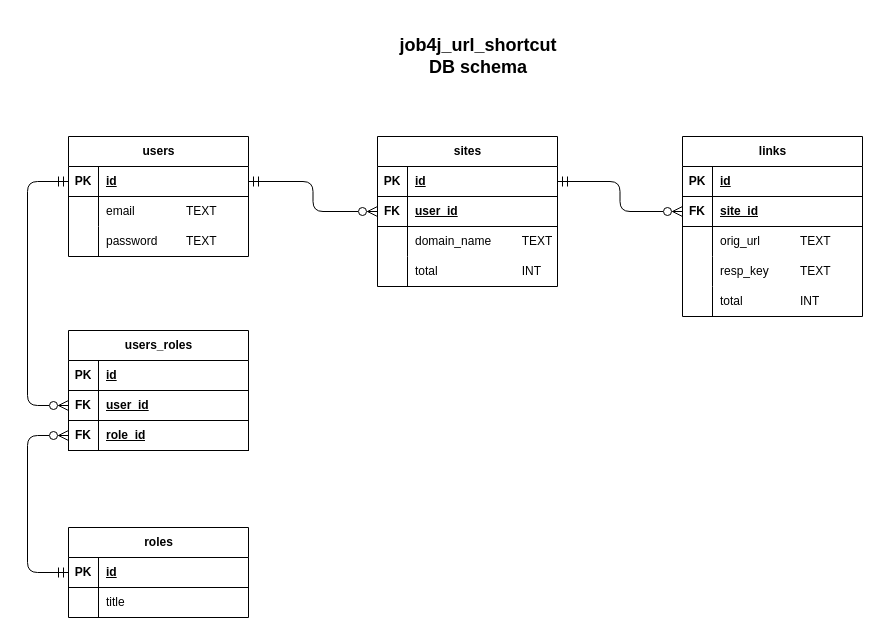
This is src/main/resources/database/url_shortcut_diagram.drawio from MikhailChrn/job4j_url_shortcut, a draw.io file, before an edit. Source tidied: cells renumbered, new cells numbered last; positions are measured from the earlier drawing's top-left corner, leaving out a move shared by most shapes. Both pictures are drawn from the tidied source at 100%, with x=0, y=0 at pixel (27, 17).
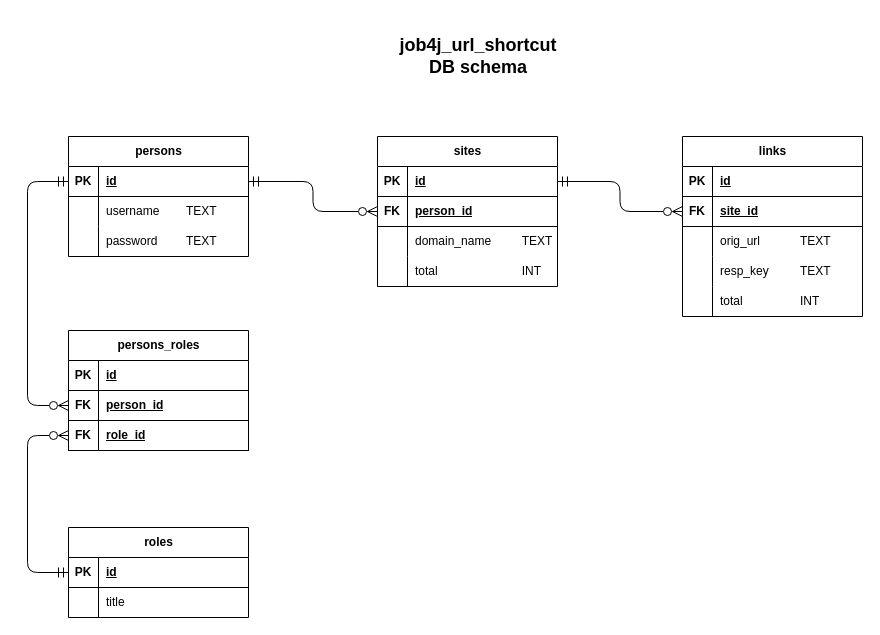
After the change.

The change refers to these unchanged cells:
```xml
<mxCell id="23" style="shape=tableRow;horizontal=0;startSize=0;swimlaneHead=0;swimlaneBody=0;fillColor=none;top=0;left=0;right=0;bottom=0;" parent="19" vertex="1">
  <mxGeometry y="60" width="180" height="30" as="geometry" />
</mxCell>
<mxCell id="33" style="shape=tableRow;horizontal=0;startSize=0;swimlaneHead=0;swimlaneBody=0;fillColor=none;points=[[0,0.5],[1,0.5]];portConstraint=eastwest;top=0;left=0;right=0;bottom=1;" parent="29" vertex="1">
  <mxGeometry y="60" width="180" height="30" as="geometry" />
</mxCell>
<mxCell id="46" style="shape=tableRow;horizontal=0;startSize=0;swimlaneHead=0;swimlaneBody=0;fillColor=none;points=[[0,0.5],[1,0.5]];portConstraint=eastwest;top=0;left=0;right=0;bottom=1;" parent="42" vertex="1">
  <mxGeometry y="60" width="180" height="30" as="geometry" />
</mxCell>
```

The edit, as a diff of the source:
```diff
@@
-    <mxCell id="19" value="users" style="shape=table;startSize=30;childLayout=tableLayout;rowLines=0;fontStyle=1;align=center;html=1;" parent="1" vertex="1">
+    <mxCell id="19" value="persons" style="shape=table;startSize=30;childLayout=tableLayout;rowLines=0;fontStyle=1;align=center;html=1;" parent="1" vertex="1">
       <mxGeometry x="41" y="119" width="180" height="120" as="geometry" />
     </mxCell>
@@
-    <mxCell id="25" value="email&lt;span style=&quot;white-space: pre;&quot;&gt;&#9;&lt;/span&gt;&lt;span style=&quot;white-space: pre;&quot;&gt;&#9;&lt;/span&gt;TEXT" style="shape=partialRectangle;fillColor=none;top=0;left=0;bottom=0;right=0;align=left;spacingLeft=6;overflow=hidden;whiteSpace=wrap;html=1;" parent="23" vertex="1">
+    <mxCell id="25" value="username&lt;span style=&quot;white-space: pre;&quot;&gt;&#9;&lt;/span&gt;TEXT" style="shape=partialRectangle;fillColor=none;top=0;left=0;bottom=0;right=0;align=left;spacingLeft=6;overflow=hidden;whiteSpace=wrap;html=1;" parent="23" vertex="1">
       <mxGeometry x="30" width="150" height="30" as="geometry" />
     </mxCell>
@@
-    <mxCell id="35" value="user_id" style="shape=partialRectangle;fillColor=none;top=0;left=0;bottom=0;right=0;align=left;spacingLeft=6;fontStyle=5;overflow=hidden;whiteSpace=wrap;html=1;" parent="33" vertex="1">
+    <mxCell id="35" value="person_id" style="shape=partialRectangle;fillColor=none;top=0;left=0;bottom=0;right=0;align=left;spacingLeft=6;fontStyle=5;overflow=hidden;whiteSpace=wrap;html=1;" parent="33" vertex="1">
       <mxGeometry x="30" width="150" height="30" as="geometry" />
     </mxCell>
@@
-    <mxCell id="42" value="users_roles" style="shape=table;startSize=30;childLayout=tableLayout;rowLines=0;fontStyle=1;align=center;html=1;" parent="1" vertex="1">
+    <mxCell id="42" value="persons_roles" style="shape=table;startSize=30;childLayout=tableLayout;rowLines=0;fontStyle=1;align=center;html=1;" parent="1" vertex="1">
       <mxGeometry x="41" y="313" width="180" height="120" as="geometry" />
     </mxCell>
@@
-    <mxCell id="48" value="user_id" style="shape=partialRectangle;fillColor=none;top=0;left=0;bottom=0;right=0;align=left;spacingLeft=6;fontStyle=5;overflow=hidden;whiteSpace=wrap;html=1;" parent="46" vertex="1">
+    <mxCell id="48" value="&lt;span style=&quot;background-color: transparent; color: light-dark(rgb(0, 0, 0), rgb(255, 255, 255));&quot;&gt;person_id&lt;/span&gt;" style="shape=partialRectangle;fillColor=none;top=0;left=0;bottom=0;right=0;align=left;spacingLeft=6;fontStyle=5;overflow=hidden;whiteSpace=wrap;html=1;" parent="46" vertex="1">
       <mxGeometry x="30" width="150" height="30" as="geometry" />
     </mxCell>
```
